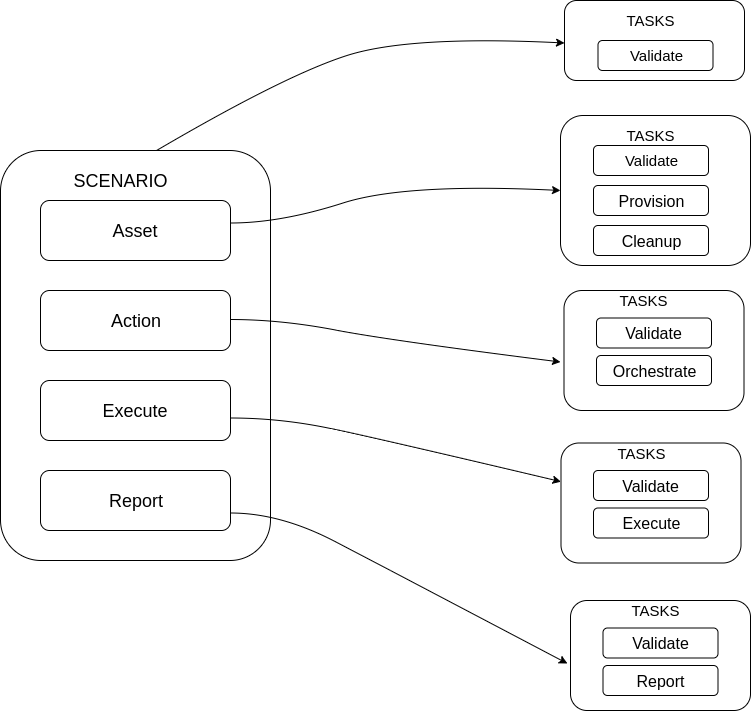
Before: docs/_static/cbn_scenario_resource_task.png, a diagram exported from draw.io (RedHatQE/carbon). Source tidied: cells renumbered, new cells last; positions are measured from the earlier drawing's top-left corner, leaving out a move shared by most shapes.
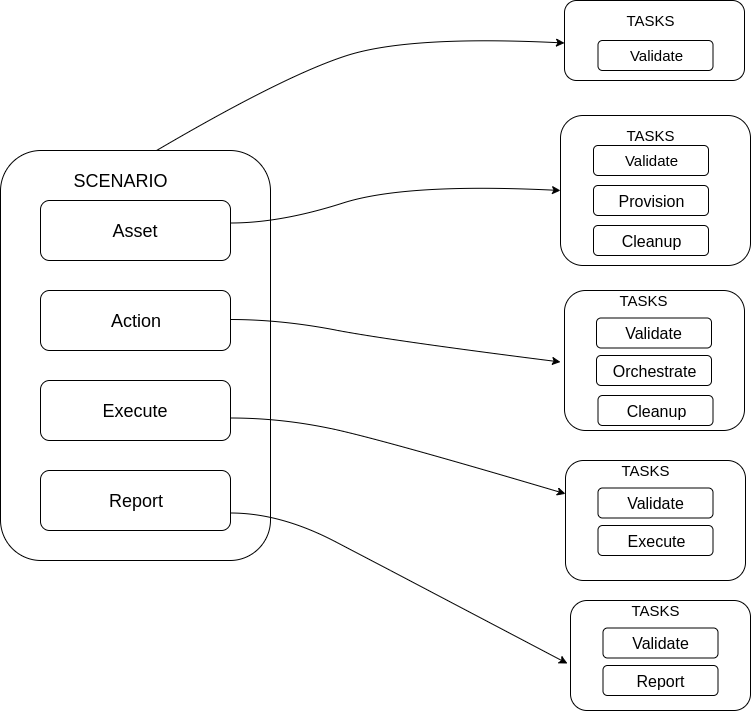
The same file after the commit.

The edit, as a diff of the source:
```diff
@@ -9,10 +9,10 @@
       <mxGeometry x="560" y="115" width="190" height="150" as="geometry" />
     </mxCell>
     <mxCell id="4" style="rounded=1;whiteSpace=wrap;html=1;" parent="1" vertex="1">
-      <mxGeometry x="563.5" y="290" width="180" height="120" as="geometry" />
+      <mxGeometry x="564" y="290" width="180" height="140" as="geometry" />
     </mxCell>
     <mxCell id="5" style="rounded=1;whiteSpace=wrap;html=1;" parent="1" vertex="1">
-      <mxGeometry x="560.5" y="442.5" width="180" height="120" as="geometry" />
+      <mxGeometry x="565" y="460" width="180" height="120" as="geometry" />
     </mxCell>
     <mxCell id="6" style="rounded=1;whiteSpace=wrap;html=1;" parent="1" vertex="1">
       <mxGeometry x="570" y="600" width="180" height="110" as="geometry" />
@@ -42,10 +42,10 @@
       <mxGeometry x="596" y="355" width="115" height="30" as="geometry" />
     </mxCell>
     <mxCell id="15" value="&lt;font style=&quot;font-size: 16px&quot;&gt;Validate&lt;/font&gt;" style="rounded=1;whiteSpace=wrap;html=1;" parent="1" vertex="1">
-      <mxGeometry x="593" y="470" width="115" height="30" as="geometry" />
+      <mxGeometry x="597.5" y="487.5" width="115" height="30" as="geometry" />
     </mxCell>
     <mxCell id="16" value="&lt;font style=&quot;font-size: 16px&quot;&gt;Execute&lt;/font&gt;" style="rounded=1;whiteSpace=wrap;html=1;" parent="1" vertex="1">
-      <mxGeometry x="593" y="507.5" width="115" height="30" as="geometry" />
+      <mxGeometry x="597.5" y="525" width="115" height="30" as="geometry" />
     </mxCell>
     <mxCell id="17" value="&lt;font style=&quot;font-size: 16px&quot;&gt;Validate&lt;/font&gt;" style="rounded=1;whiteSpace=wrap;html=1;" parent="1" vertex="1">
       <mxGeometry x="602.5" y="627.5" width="115" height="30" as="geometry" />
@@ -66,7 +66,7 @@
       <mxGeometry x="623.5" y="290" width="40" height="20" as="geometry" />
     </mxCell>
     <mxCell id="23" value="TASKS" style="text;html=1;strokeColor=none;fillColor=none;align=center;verticalAlign=middle;whiteSpace=wrap;rounded=0;fontSize=15;" parent="1" vertex="1">
-      <mxGeometry x="621" y="442.5" width="40" height="20" as="geometry" />
+      <mxGeometry x="625.5" y="460" width="40" height="20" as="geometry" />
     </mxCell>
     <mxCell id="24" value="TASKS" style="text;html=1;strokeColor=none;fillColor=none;align=center;verticalAlign=middle;whiteSpace=wrap;rounded=0;fontSize=15;" parent="1" vertex="1">
       <mxGeometry x="635" y="600" width="40" height="20" as="geometry" />
@@ -126,5 +126,8 @@
         </Array>
       </mxGeometry>
     </mxCell>
+    <mxCell id="33" value="&lt;font style=&quot;font-size: 16px&quot;&gt;Cleanup&lt;/font&gt;" style="rounded=1;whiteSpace=wrap;html=1;" parent="1" vertex="1">
+      <mxGeometry x="597.5" y="395" width="115" height="30" as="geometry" />
+    </mxCell>
   </root>
 </mxGraphModel>
```
